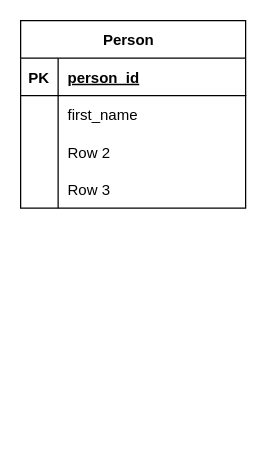
Before: SQLER.drawio in GitLlamma/UML_Diagrams, a draw.io diagram. Source tidied: cells renumbered, new cells numbered last; positions are measured from the earlier drawing's top-left corner, leaving out a move shared by most shapes. Both pictures are drawn from the tidied source at 125%, with x=0, y=0 at pixel (20, 20).
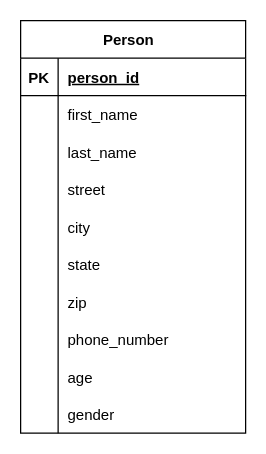
The same page after the edit.

Unchanged cells that the change refers to:
```xml
<mxCell id="9" style="shape=tableRow;horizontal=0;startSize=0;swimlaneHead=0;swimlaneBody=0;fillColor=none;top=0;left=0;right=0;bottom=0;" parent="2" vertex="1">
  <mxGeometry y="90" width="180" height="30" as="geometry" />
</mxCell>
<mxCell id="12" style="shape=tableRow;horizontal=0;startSize=0;swimlaneHead=0;swimlaneBody=0;fillColor=none;top=0;left=0;right=0;bottom=0;" parent="2" vertex="1">
  <mxGeometry y="120" width="180" height="30" as="geometry" />
</mxCell>
```

The edit, as a diff of the source:
```diff
@@
     <mxCell id="2" value="Person  " style="shape=table;startSize=30;childLayout=tableLayout;rowLines=0;fontStyle=1;align=center;" parent="1" vertex="1">
-      <mxGeometry width="180" height="150" as="geometry" />
+      <mxGeometry width="180" height="330" as="geometry" />
     </mxCell>
@@
-    <mxCell id="11" value="Row 2" style="shape=partialRectangle;fillColor=none;top=0;left=0;bottom=0;right=0;align=left;spacingLeft=6;overflow=hidden;" parent="9" vertex="1">
+    <mxCell id="11" value="last_name" style="shape=partialRectangle;fillColor=none;top=0;left=0;bottom=0;right=0;align=left;spacingLeft=6;overflow=hidden;" parent="9" vertex="1">
       <mxGeometry x="30" width="150" height="30" as="geometry" />
     </mxCell>
@@
-    <mxCell id="14" value="Row 3" style="shape=partialRectangle;fillColor=none;top=0;left=0;bottom=0;right=0;align=left;spacingLeft=6;overflow=hidden;" parent="12" vertex="1">
+    <mxCell id="14" value="street" style="shape=partialRectangle;fillColor=none;top=0;left=0;bottom=0;right=0;align=left;spacingLeft=6;overflow=hidden;" parent="12" vertex="1">
       <mxGeometry x="30" width="150" height="30" as="geometry" />
     </mxCell>
+    <mxCell id="15" style="shape=tableRow;horizontal=0;startSize=0;swimlaneHead=0;swimlaneBody=0;fillColor=none;top=0;left=0;right=0;bottom=0;" parent="2" vertex="1">
+      <mxGeometry y="150" width="180" height="30" as="geometry" />
+    </mxCell>
+    <mxCell id="16" style="shape=partialRectangle;fillColor=none;top=0;left=0;bottom=0;right=0;overflow=hidden;" parent="15" vertex="1">
+      <mxGeometry width="30" height="30" as="geometry" />
+    </mxCell>
+    <mxCell id="17" value="city" style="shape=partialRectangle;fillColor=none;top=0;left=0;bottom=0;right=0;align=left;spacingLeft=6;overflow=hidden;" parent="15" vertex="1">
+      <mxGeometry x="30" width="150" height="30" as="geometry" />
+    </mxCell>
+    <mxCell id="18" style="shape=tableRow;horizontal=0;startSize=0;swimlaneHead=0;swimlaneBody=0;fillColor=none;top=0;left=0;right=0;bottom=0;" parent="2" vertex="1">
+      <mxGeometry y="180" width="180" height="30" as="geometry" />
+    </mxCell>
+    <mxCell id="19" style="shape=partialRectangle;fillColor=none;top=0;left=0;bottom=0;right=0;overflow=hidden;" parent="18" vertex="1">
+      <mxGeometry width="30" height="30" as="geometry" />
+    </mxCell>
+    <mxCell id="20" value="state" style="shape=partialRectangle;fillColor=none;top=0;left=0;bottom=0;right=0;align=left;spacingLeft=6;overflow=hidden;" parent="18" vertex="1">
+      <mxGeometry x="30" width="150" height="30" as="geometry" />
+    </mxCell>
+    <mxCell id="21" style="shape=tableRow;horizontal=0;startSize=0;swimlaneHead=0;swimlaneBody=0;fillColor=none;top=0;left=0;right=0;bottom=0;" parent="2" vertex="1">
+      <mxGeometry y="210" width="180" height="30" as="geometry" />
+    </mxCell>
+    <mxCell id="22" style="shape=partialRectangle;fillColor=none;top=0;left=0;bottom=0;right=0;overflow=hidden;" parent="21" vertex="1">
+      <mxGeometry width="30" height="30" as="geometry" />
+    </mxCell>
+    <mxCell id="23" value="zip" style="shape=partialRectangle;fillColor=none;top=0;left=0;bottom=0;right=0;align=left;spacingLeft=6;overflow=hidden;" parent="21" vertex="1">
+      <mxGeometry x="30" width="150" height="30" as="geometry" />
+    </mxCell>
+    <mxCell id="24" style="shape=tableRow;horizontal=0;startSize=0;swimlaneHead=0;swimlaneBody=0;fillColor=none;top=0;left=0;right=0;bottom=0;" parent="2" vertex="1">
+      <mxGeometry y="240" width="180" height="30" as="geometry" />
+    </mxCell>
+    <mxCell id="25" style="shape=partialRectangle;fillColor=none;top=0;left=0;bottom=0;right=0;overflow=hidden;" parent="24" vertex="1">
+      <mxGeometry width="30" height="30" as="geometry" />
+    </mxCell>
+    <mxCell id="26" value="phone_number" style="shape=partialRectangle;fillColor=none;top=0;left=0;bottom=0;right=0;align=left;spacingLeft=6;overflow=hidden;" parent="24" vertex="1">
+      <mxGeometry x="30" width="150" height="30" as="geometry" />
+    </mxCell>
+    <mxCell id="27" style="shape=tableRow;horizontal=0;startSize=0;swimlaneHead=0;swimlaneBody=0;fillColor=none;top=0;left=0;right=0;bottom=0;" parent="2" vertex="1">
+      <mxGeometry y="270" width="180" height="30" as="geometry" />
+    </mxCell>
+    <mxCell id="28" style="shape=partialRectangle;fillColor=none;top=0;left=0;bottom=0;right=0;overflow=hidden;" parent="27" vertex="1">
+      <mxGeometry width="30" height="30" as="geometry" />
+    </mxCell>
+    <mxCell id="29" value="age" style="shape=partialRectangle;fillColor=none;top=0;left=0;bottom=0;right=0;align=left;spacingLeft=6;overflow=hidden;" parent="27" vertex="1">
+      <mxGeometry x="30" width="150" height="30" as="geometry" />
+    </mxCell>
+    <mxCell id="30" style="shape=tableRow;horizontal=0;startSize=0;swimlaneHead=0;swimlaneBody=0;fillColor=none;top=0;left=0;right=0;bottom=0;" parent="2" vertex="1">
+      <mxGeometry y="300" width="180" height="30" as="geometry" />
+    </mxCell>
+    <mxCell id="31" style="shape=partialRectangle;fillColor=none;top=0;left=0;bottom=0;right=0;overflow=hidden;" parent="30" vertex="1">
+      <mxGeometry width="30" height="30" as="geometry" />
+    </mxCell>
+    <mxCell id="32" value="gender" style="shape=partialRectangle;fillColor=none;top=0;left=0;bottom=0;right=0;align=left;spacingLeft=6;overflow=hidden;" parent="30" vertex="1">
+      <mxGeometry x="30" width="150" height="30" as="geometry" />
+    </mxCell>
```
